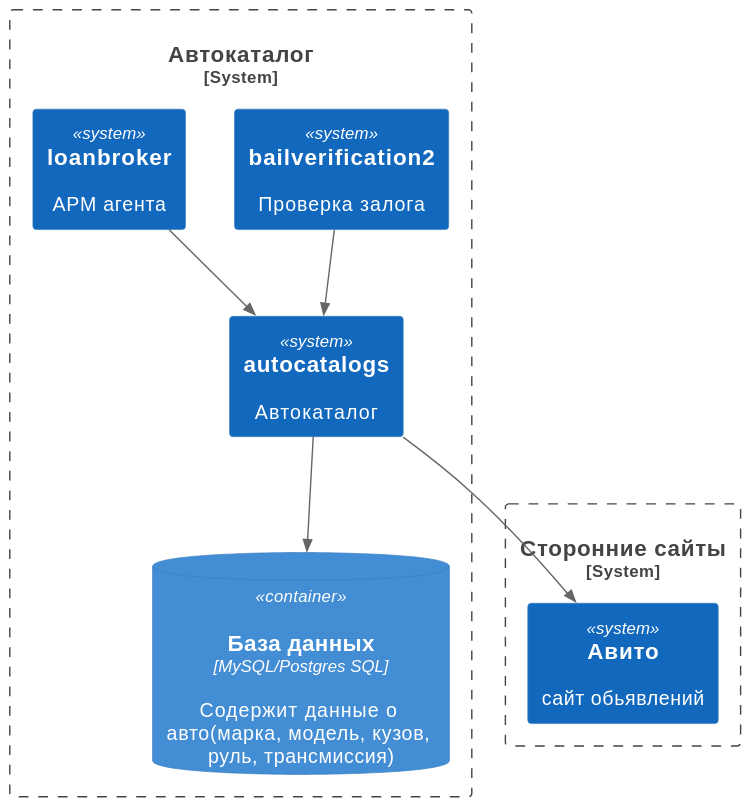
Earlier version of the PlantUML export docs/technicalDocs/autocatalogs.svg (autodatabases/autocatalogs).
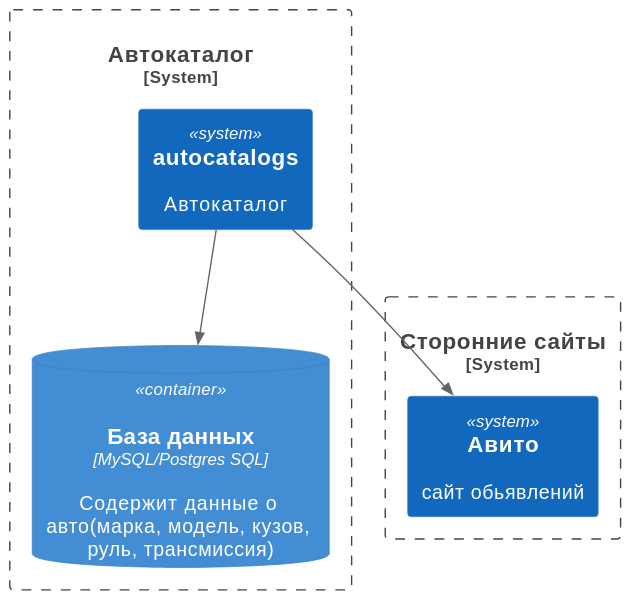
After the commit.

Commit message:
Fix: delete services in scheme of architecture

The edit, as a diff of the source:
```diff
@@ -9,8 +9,7 @@
 System_Boundary(Autocatalogs, "Автокаталог") {
 
 System(autocatalogs, "autocatalogs", "Автокаталог")
-System(bailverification2, "bailverification2", "Проверка залога")
-System(loanbroker, "loanbroker", "АРМ агента")
+
 
 ContainerDb(autocatalogsdb, "База данных", "MySQL/Postgres SQL", "Содержит данные о авто(марка, модель, кузов, руль, трансмиссия)", $sprite="msql_server")
 
@@ -18,8 +17,6 @@
 Rel(autocatalogs, autocatalogsdb, "")
 
 Rel(autocatalogs, avitoCatalog,"")
-Rel(bailverification2, autocatalogs,"")
-Rel(loanbroker, autocatalogs,"")
 
 }
 
```
